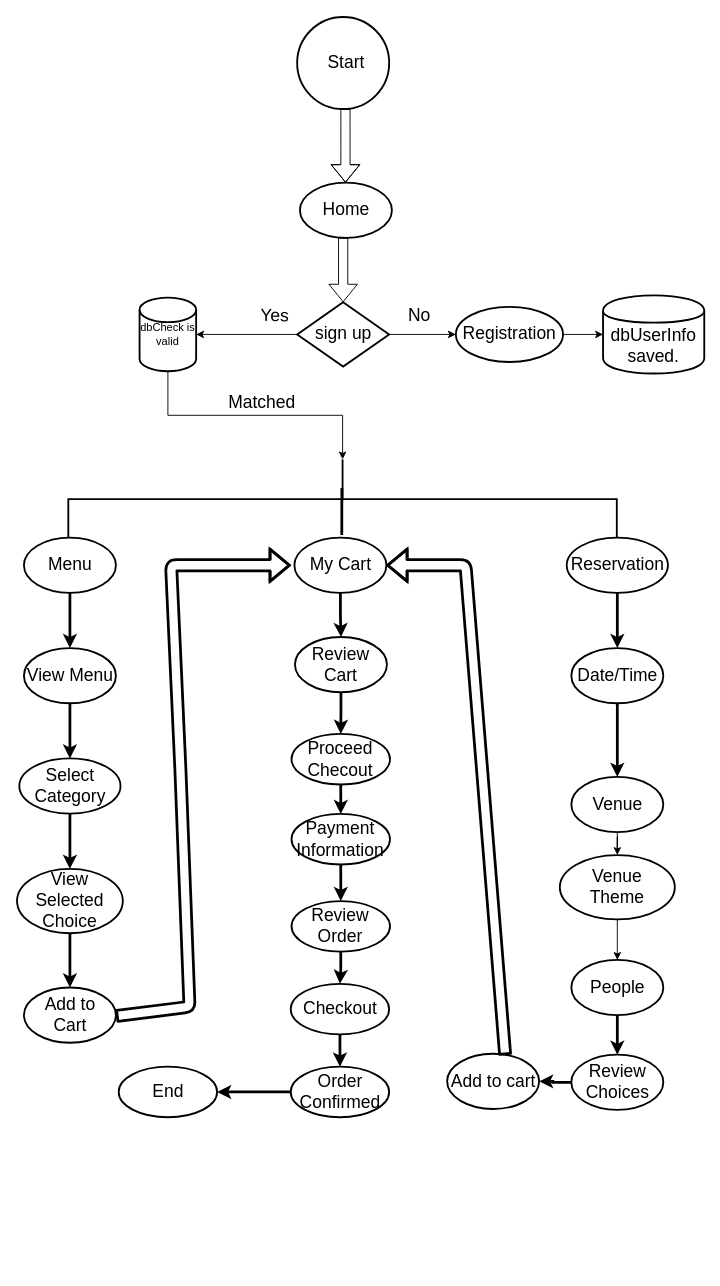
The draw.io diagram Untitled Diagram.drawio in rheymel/KingROMOLO, before the edit. Source tidied: cells renumbered, new cells numbered last; positions are measured from the earlier drawing's top-left corner, leaving out a move shared by most shapes. Both pictures are drawn from the tidied source at 92%, with x=0, y=0 at pixel (17, 17).
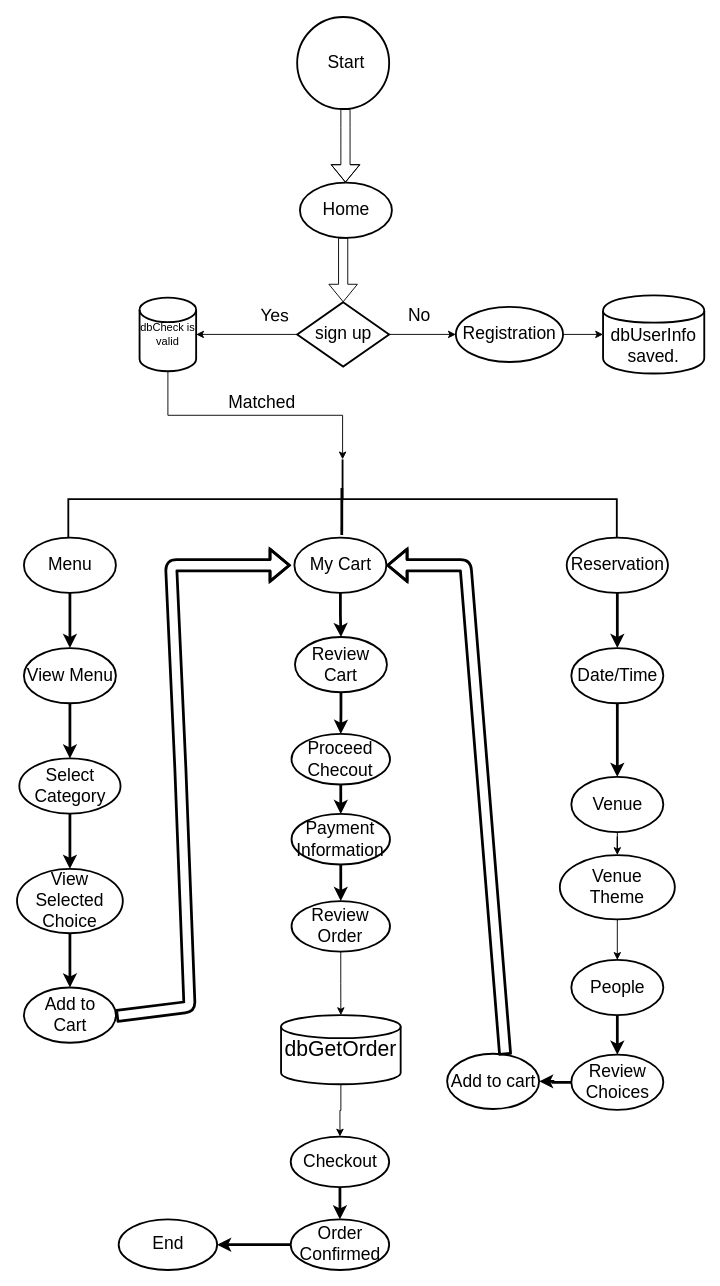
Above is the later version.

Unchanged cells that the change refers to:
```xml
<mxCell id="47" value="Review Order" style="strokeWidth=2;html=1;shape=mxgraph.flowchart.start_1;whiteSpace=wrap;fontSize=19;" parent="1" vertex="1">
  <mxGeometry x="298.4" y="960.9" width="107" height="55" as="geometry" />
</mxCell>
```

Change to the diagram source:
```diff
@@
-    <mxCell id="46" style="edgeStyle=orthogonalEdgeStyle;rounded=0;jettySize=auto;html=1;strokeWidth=3;fontSize=19;" parent="1" edge="1" source="47" target="49">
-      <mxGeometry relative="1" as="geometry" />
-    </mxCell>
+    <mxCell id="59" style="edgeStyle=orthogonalEdgeStyle;rounded=0;jettySize=auto;html=1;" parent="1" edge="1" source="47" target="61">
+      <mxGeometry relative="1" as="geometry" />
+    </mxCell>
@@
     <mxCell id="49" value="Checkout" style="strokeWidth=2;html=1;shape=mxgraph.flowchart.start_1;whiteSpace=wrap;fontSize=19;" parent="1" vertex="1">
-      <mxGeometry x="297.5" y="1050.9" width="107" height="55" as="geometry" />
+      <mxGeometry x="297.5" y="1216.9" width="107" height="55" as="geometry" />
     </mxCell>
@@
     <mxCell id="51" value="Order Confirmed" style="strokeWidth=2;html=1;shape=mxgraph.flowchart.start_1;whiteSpace=wrap;fontSize=19;" parent="1" vertex="1">
-      <mxGeometry x="297.5" y="1140.9" width="107" height="55" as="geometry" />
+      <mxGeometry x="297.5" y="1306.9" width="107" height="55" as="geometry" />
     </mxCell>
     <mxCell id="52" value="End" style="strokeWidth=2;html=1;shape=mxgraph.flowchart.start_1;whiteSpace=wrap;fontSize=19;" parent="1" vertex="1">
-      <mxGeometry x="110.5" y="1140.9" width="107" height="55" as="geometry" />
+      <mxGeometry x="110.5" y="1306.9" width="107" height="55" as="geometry" />
     </mxCell>
@@
+    <mxCell id="60" style="edgeStyle=orthogonalEdgeStyle;rounded=0;jettySize=auto;html=1;" parent="1" edge="1" source="61" target="49">
+      <mxGeometry relative="1" as="geometry" />
+    </mxCell>
+    <mxCell id="61" value="&lt;font style=&quot;font-size: 23px&quot;&gt;dbGetOrder&lt;/font&gt;" style="strokeWidth=2;html=1;shape=mxgraph.flowchart.database;whiteSpace=wrap;" parent="1" vertex="1">
+      <mxGeometry x="287" y="1084.9" width="130" height="75.1" as="geometry" />
+    </mxCell>
```
